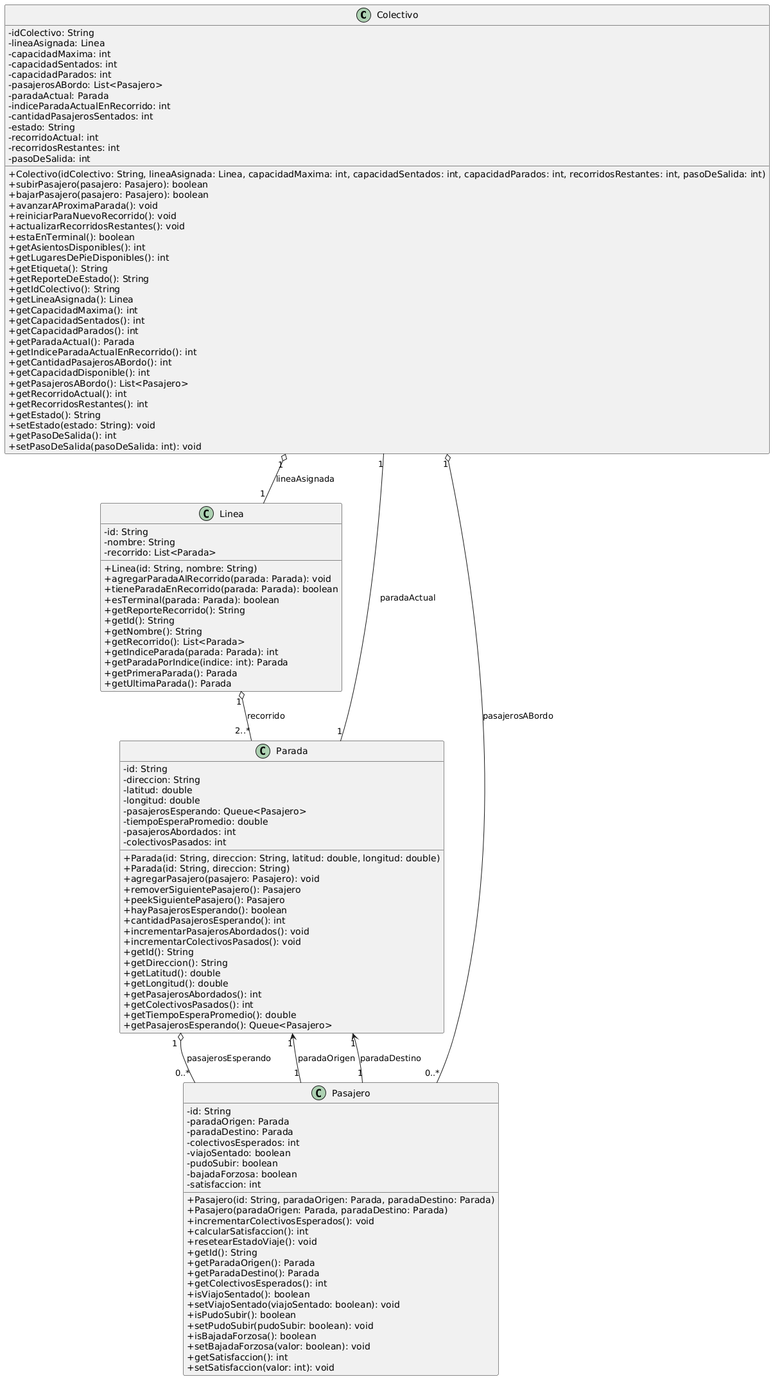
Earlier version of the PlantUML export simulador-colectivos1/src/main/resources/Documentacion/UMLCompleto.png (MiyoBran/simulador-colectivos).
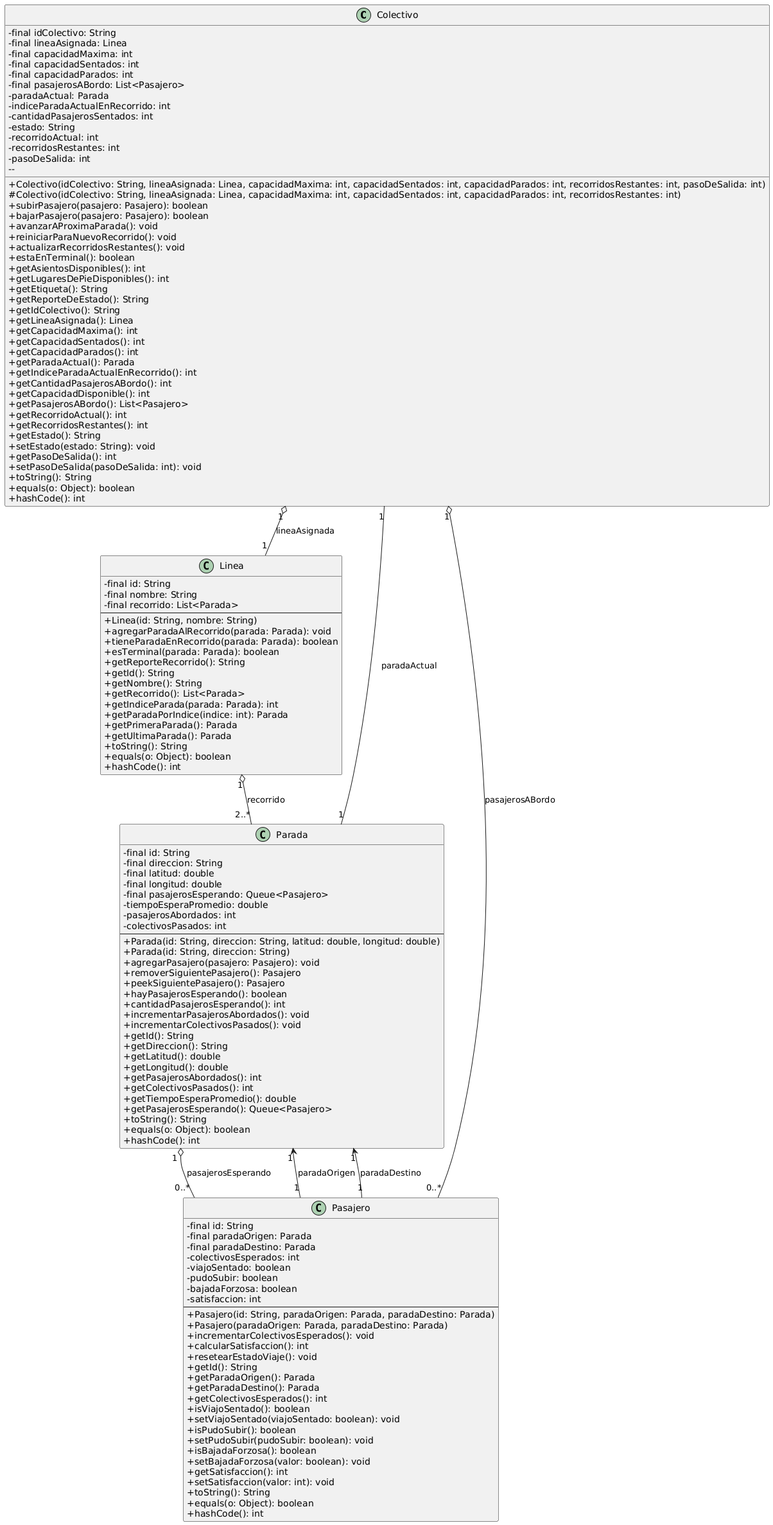
Above is the later version.

The edit, as a diff of the source:
```diff
@@ -2,12 +2,12 @@
 skinparam classAttributeIconSize 0
 
 class Colectivo {
-  - idColectivo: String
-  - lineaAsignada: Linea
-  - capacidadMaxima: int
-  - capacidadSentados: int
-  - capacidadParados: int
-  - pasajerosABordo: List<Pasajero>
+  - final idColectivo: String
+  - final lineaAsignada: Linea
+  - final capacidadMaxima: int
+  - final capacidadSentados: int
+  - final capacidadParados: int
+  - final pasajerosABordo: List<Pasajero>
   - paradaActual: Parada
   - indiceParadaActualEnRecorrido: int
   - cantidadPasajerosSentados: int
@@ -15,7 +15,9 @@
   - recorridoActual: int
   - recorridosRestantes: int
   - pasoDeSalida: int
+  --
   + Colectivo(idColectivo: String, lineaAsignada: Linea, capacidadMaxima: int, capacidadSentados: int, capacidadParados: int, recorridosRestantes: int, pasoDeSalida: int)
+  # Colectivo(idColectivo: String, lineaAsignada: Linea, capacidadMaxima: int, capacidadSentados: int, capacidadParados: int, recorridosRestantes: int)
   + subirPasajero(pasajero: Pasajero): boolean
   + bajarPasajero(pasajero: Pasajero): boolean
   + avanzarAProximaParada(): void
@@ -42,12 +44,16 @@
   + setEstado(estado: String): void
   + getPasoDeSalida(): int
   + setPasoDeSalida(pasoDeSalida: int): void
+  + toString(): String
+  + equals(o: Object): boolean
+  + hashCode(): int
 }
 
 class Linea {
-  - id: String
-  - nombre: String
-  - recorrido: List<Parada>
+  - final id: String
+  - final nombre: String
+  - final recorrido: List<Parada>
+  --
   + Linea(id: String, nombre: String)
   + agregarParadaAlRecorrido(parada: Parada): void
   + tieneParadaEnRecorrido(parada: Parada): boolean
@@ -60,17 +66,21 @@
   + getParadaPorIndice(indice: int): Parada
   + getPrimeraParada(): Parada
   + getUltimaParada(): Parada
+  + toString(): String
+  + equals(o: Object): boolean
+  + hashCode(): int
 }
 
 class Parada {
-  - id: String
-  - direccion: String
-  - latitud: double
-  - longitud: double
-  - pasajerosEsperando: Queue<Pasajero>
+  - final id: String
+  - final direccion: String
+  - final latitud: double
+  - final longitud: double
+  - final pasajerosEsperando: Queue<Pasajero>
   - tiempoEsperaPromedio: double
   - pasajerosAbordados: int
   - colectivosPasados: int
+  --
   + Parada(id: String, direccion: String, latitud: double, longitud: double)
   + Parada(id: String, direccion: String)
   + agregarPasajero(pasajero: Pasajero): void
@@ -88,17 +98,21 @@
   + getColectivosPasados(): int
   + getTiempoEsperaPromedio(): double
   + getPasajerosEsperando(): Queue<Pasajero>
+  + toString(): String
+  + equals(o: Object): boolean
+  + hashCode(): int
 }
 
 class Pasajero {
-  - id: String
-  - paradaOrigen: Parada
-  - paradaDestino: Parada
+  - final id: String
+  - final paradaOrigen: Parada
+  - final paradaDestino: Parada
   - colectivosEsperados: int
   - viajoSentado: boolean
   - pudoSubir: boolean
   - bajadaForzosa: boolean
   - satisfaccion: int
+  --
   + Pasajero(id: String, paradaOrigen: Parada, paradaDestino: Parada)
   + Pasajero(paradaOrigen: Parada, paradaDestino: Parada)
   + incrementarColectivosEsperados(): void
@@ -116,6 +130,9 @@
   + setBajadaForzosa(valor: boolean): void
   + getSatisfaccion(): int
   + setSatisfaccion(valor: int): void
+  + toString(): String
+  + equals(o: Object): boolean
+  + hashCode(): int
 }
 
 Colectivo "1" o-- "1" Linea : lineaAsignada
```
